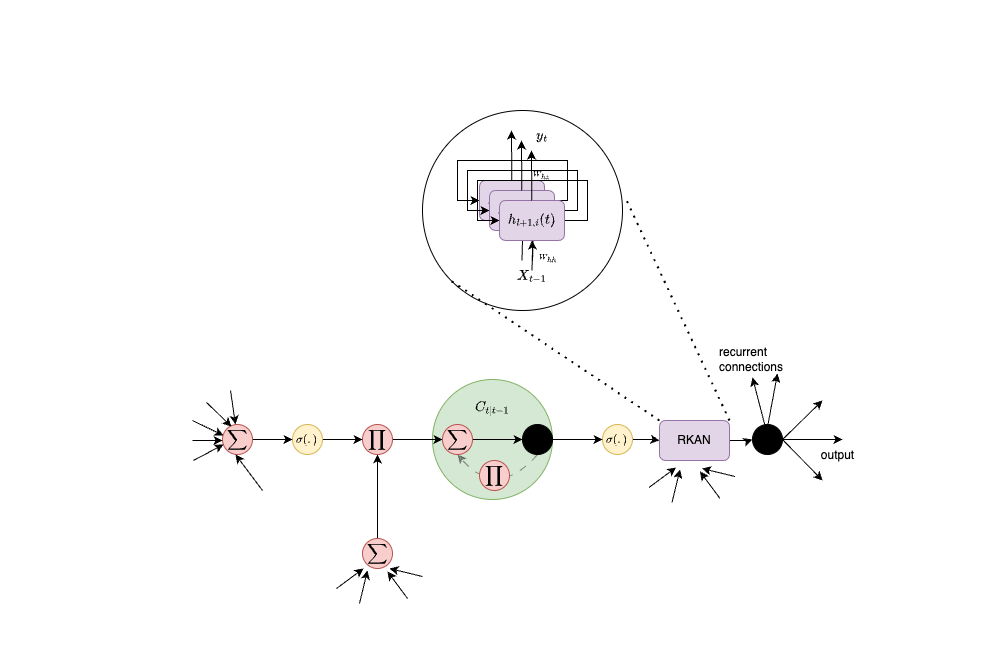
This is image/TKAN.drawio.png from remigenet/TKAN, a draw.io export, as it was before one commit. Source tidied: cells renumbered, new cells last; positions are measured from the earlier drawing's top-left corner, leaving out a move shared by most shapes.
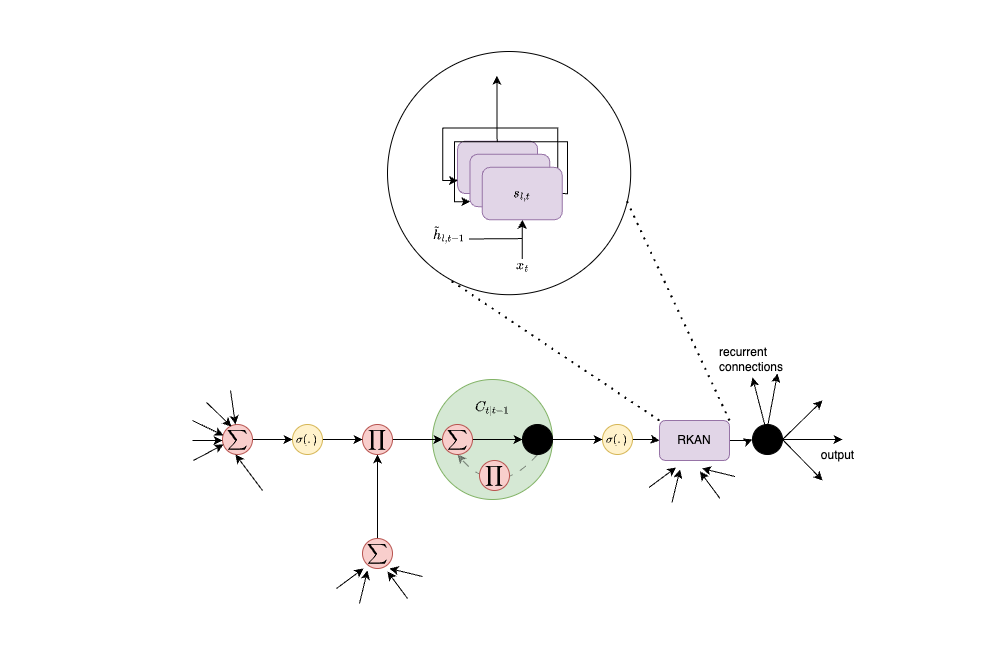
After the commit.

Diff of the diagram source:
```diff
@@ -225,151 +225,93 @@
     <mxCell id="55" value="RKAN" style="rounded=1;whiteSpace=wrap;html=1;fillColor=#e1d5e7;strokeColor=#9673a6;" parent="20" vertex="1">
       <mxGeometry x="467" y="300" width="70" height="40" as="geometry" />
     </mxCell>
-    <mxCell id="56" style="group;" parent="20" vertex="1">
-      <mxGeometry x="265" width="211.6" height="223.2" as="geometry" />
-    </mxCell>
-    <mxCell id="57" style="group;" parent="56" vertex="1">
-      <mxGeometry y="40" width="110" height="60" as="geometry" />
-    </mxCell>
-    <mxCell id="58" style="edgeStyle=orthogonalEdgeStyle;rounded=0;orthogonalLoop=1;jettySize=auto;html=1;exitX=1;exitY=0.5;exitDx=0;exitDy=0;entryX=0;entryY=0.5;entryDx=0;entryDy=0;" parent="57" edge="1" source="59" target="59">
-      <mxGeometry relative="1" as="geometry">
-        <Array as="points">
-          <mxPoint x="110" y="40" />
-          <mxPoint x="110" />
-          <mxPoint />
-          <mxPoint y="40" />
-        </Array>
-      </mxGeometry>
-    </mxCell>
-    <mxCell id="59" value="$$h_{l+1,i}(t)$$" style="rounded=1;whiteSpace=wrap;html=1;fillColor=#e1d5e7;strokeColor=#9673a6;" parent="57" vertex="1">
-      <mxGeometry x="22" y="20" width="65" height="40" as="geometry" />
-    </mxCell>
-    <mxCell id="60" style="edgeStyle=orthogonalEdgeStyle;rounded=0;orthogonalLoop=1;jettySize=auto;html=1;" parent="57" edge="1">
-      <mxGeometry relative="1" as="geometry">
-        <mxPoint x="54.1" y="20" as="sourcePoint" />
-        <mxPoint x="54" y="-30" as="targetPoint" />
-        <Array as="points">
-          <mxPoint x="54" />
-          <mxPoint x="54" />
-        </Array>
-      </mxGeometry>
-    </mxCell>
-    <mxCell id="61" style="edgeStyle=orthogonalEdgeStyle;rounded=0;jettySize=auto;html=1;" parent="56" edge="1" source="62" target="59">
-      <mxGeometry relative="1" as="geometry" />
-    </mxCell>
-    <mxCell id="62" value="$$X_{t-1}$$" style="text;html=1;align=center;verticalAlign=middle;whiteSpace=wrap;rounded=0;" parent="56" vertex="1">
-      <mxGeometry x="45" y="140" width="60" height="30" as="geometry" />
-    </mxCell>
-    <mxCell id="63" style="group;" parent="56" vertex="1">
-      <mxGeometry x="10" y="50" width="110" height="60" as="geometry" />
-    </mxCell>
-    <mxCell id="64" style="edgeStyle=orthogonalEdgeStyle;rounded=0;orthogonalLoop=1;jettySize=auto;html=1;exitX=1;exitY=0.5;exitDx=0;exitDy=0;entryX=0;entryY=0.5;entryDx=0;entryDy=0;" parent="63" edge="1" source="65" target="65">
-      <mxGeometry relative="1" as="geometry">
-        <Array as="points">
-          <mxPoint x="110" y="40" />
-          <mxPoint x="110" />
-          <mxPoint />
-          <mxPoint y="40" />
-        </Array>
-      </mxGeometry>
-    </mxCell>
-    <mxCell id="65" value="$$h_{l+1,i}(t)$$" style="rounded=1;whiteSpace=wrap;html=1;" parent="63" vertex="1">
-      <mxGeometry x="22" y="20" width="65" height="40" as="geometry" />
-    </mxCell>
-    <mxCell id="66" style="edgeStyle=orthogonalEdgeStyle;rounded=0;orthogonalLoop=1;jettySize=auto;html=1;" parent="63" edge="1">
-      <mxGeometry relative="1" as="geometry">
-        <mxPoint x="54.1" y="20" as="sourcePoint" />
-        <mxPoint x="54" y="-30" as="targetPoint" />
-        <Array as="points">
-          <mxPoint x="54" />
-          <mxPoint x="54" />
-        </Array>
-      </mxGeometry>
-    </mxCell>
-    <mxCell id="67" style="edgeStyle=orthogonalEdgeStyle;rounded=0;jettySize=auto;html=1;" parent="56" edge="1" target="65">
-      <mxGeometry relative="1" as="geometry">
-        <mxPoint x="64.5" y="140" as="sourcePoint" />
-      </mxGeometry>
-    </mxCell>
-    <mxCell id="68" style="group;" parent="56" vertex="1">
-      <mxGeometry x="10" y="50" width="201.6" height="173.2" as="geometry" />
-    </mxCell>
-    <mxCell id="69" style="edgeStyle=orthogonalEdgeStyle;rounded=0;orthogonalLoop=1;jettySize=auto;html=1;exitX=1;exitY=0.5;exitDx=0;exitDy=0;entryX=0;entryY=0.5;entryDx=0;entryDy=0;" parent="68" edge="1" source="70" target="70">
-      <mxGeometry relative="1" as="geometry">
-        <Array as="points">
-          <mxPoint x="110" y="40" />
-          <mxPoint x="110" />
-          <mxPoint />
-          <mxPoint y="40" />
-        </Array>
-      </mxGeometry>
-    </mxCell>
-    <mxCell id="70" value="$$h_{l+1,i}(t)$$" style="rounded=1;whiteSpace=wrap;html=1;fillColor=#e1d5e7;strokeColor=#9673a6;" parent="68" vertex="1">
-      <mxGeometry x="22" y="20" width="65" height="40" as="geometry" />
-    </mxCell>
-    <mxCell id="71" style="edgeStyle=orthogonalEdgeStyle;rounded=0;orthogonalLoop=1;jettySize=auto;html=1;" parent="68" edge="1">
-      <mxGeometry relative="1" as="geometry">
-        <mxPoint x="54.1" y="20" as="sourcePoint" />
-        <mxPoint x="54" y="-30" as="targetPoint" />
-        <Array as="points">
-          <mxPoint x="54" />
-          <mxPoint x="54" />
-        </Array>
-      </mxGeometry>
-    </mxCell>
-    <mxCell id="72" value="&lt;font style=&quot;font-size: 7px;&quot;&gt;$$W_{hh}$$&lt;/font&gt;" style="text;html=1;align=center;verticalAlign=middle;whiteSpace=wrap;rounded=0;" parent="68" vertex="1">
-      <mxGeometry x="51" y="71.6" width="60" height="30" as="geometry" />
-    </mxCell>
-    <mxCell id="73" value="&lt;font style=&quot;font-size: 7px;&quot;&gt;$$W_{hz}$$&lt;/font&gt;" style="text;html=1;align=center;verticalAlign=middle;whiteSpace=wrap;rounded=0;" parent="68" vertex="1">
-      <mxGeometry x="44" y="-11" width="60" height="30" as="geometry" />
-    </mxCell>
-    <mxCell id="74" style="edgeStyle=orthogonalEdgeStyle;rounded=0;jettySize=auto;html=1;" parent="56" edge="1" target="70">
-      <mxGeometry relative="1" as="geometry">
-        <mxPoint x="75" y="140" as="sourcePoint" />
-      </mxGeometry>
-    </mxCell>
-    <mxCell id="75" style="group;" parent="56" vertex="1">
-      <mxGeometry x="20" y="60" width="110" height="60" as="geometry" />
-    </mxCell>
-    <mxCell id="76" style="edgeStyle=orthogonalEdgeStyle;rounded=0;orthogonalLoop=1;jettySize=auto;html=1;exitX=1;exitY=0.5;exitDx=0;exitDy=0;entryX=0;entryY=0.5;entryDx=0;entryDy=0;" parent="75" edge="1" source="77" target="77">
-      <mxGeometry relative="1" as="geometry">
-        <Array as="points">
-          <mxPoint x="110" y="40" />
-          <mxPoint x="110" />
-          <mxPoint />
-          <mxPoint y="40" />
-        </Array>
-      </mxGeometry>
-    </mxCell>
-    <mxCell id="77" value="$$h_{l+1,i}(t)$$" style="rounded=1;whiteSpace=wrap;html=1;fillColor=#e1d5e7;strokeColor=#9673a6;" parent="75" vertex="1">
-      <mxGeometry x="22" y="20" width="65" height="40" as="geometry" />
-    </mxCell>
-    <mxCell id="78" style="edgeStyle=orthogonalEdgeStyle;rounded=0;orthogonalLoop=1;jettySize=auto;html=1;" parent="75" edge="1">
-      <mxGeometry relative="1" as="geometry">
-        <mxPoint x="54.1" y="20" as="sourcePoint" />
-        <mxPoint x="54" y="-30" as="targetPoint" />
-        <Array as="points">
-          <mxPoint x="54" />
-          <mxPoint x="54" />
-        </Array>
-      </mxGeometry>
-    </mxCell>
-    <mxCell id="79" style="edgeStyle=orthogonalEdgeStyle;rounded=0;jettySize=auto;html=1;" parent="56" edge="1" target="77">
-      <mxGeometry relative="1" as="geometry">
-        <mxPoint x="74.5" y="150" as="sourcePoint" />
-      </mxGeometry>
-    </mxCell>
-    <mxCell id="80" value="$$y_{t}$$" style="text;html=1;align=center;verticalAlign=middle;whiteSpace=wrap;rounded=0;" parent="56" vertex="1">
-      <mxGeometry x="55" width="60" height="30" as="geometry" />
-    </mxCell>
-    <mxCell id="81" style="ellipse;whiteSpace=wrap;html=1;fillColor=none;" parent="56" vertex="1">
-      <mxGeometry x="-35" y="-10" width="200" height="200" as="geometry" />
-    </mxCell>
-    <mxCell id="82" style="endArrow=none;dashed=1;html=1;dashPattern=1 3;strokeWidth=2;rounded=0;exitX=0;exitY=0;exitDx=0;exitDy=0;entryX=0;entryY=1;entryDx=0;entryDy=0;" parent="20" edge="1" source="55" target="81">
-      <mxGeometry relative="1" as="geometry" />
+    <mxCell id="82" style="endArrow=none;dashed=1;html=1;dashPattern=1 3;strokeWidth=2;rounded=0;exitX=0;exitY=0;exitDx=0;exitDy=0;entryX=0;entryY=1;entryDx=0;entryDy=0;" parent="20" edge="1" source="55">
+      <mxGeometry relative="1" as="geometry">
+        <mxPoint x="259.3" y="160.7" as="targetPoint" />
+      </mxGeometry>
     </mxCell>
-    <mxCell id="83" style="endArrow=none;dashed=1;html=1;dashPattern=1 3;strokeWidth=2;rounded=0;entryX=1.016;entryY=0.44;entryDx=0;entryDy=0;entryPerimeter=0;exitX=1;exitY=0;exitDx=0;exitDy=0;" parent="20" edge="1" source="55" target="81">
-      <mxGeometry relative="1" as="geometry" />
+    <mxCell id="83" style="endArrow=none;dashed=1;html=1;dashPattern=1 3;strokeWidth=2;rounded=0;entryX=1.016;entryY=0.44;entryDx=0;entryDy=0;entryPerimeter=0;exitX=1;exitY=0;exitDx=0;exitDy=0;" parent="20" edge="1" source="55">
+      <mxGeometry relative="1" as="geometry">
+        <mxPoint x="433.2" y="78" as="targetPoint" />
+      </mxGeometry>
     </mxCell>
+    <mxCell id="84" style="group;" parent="1" vertex="1">
+      <mxGeometry x="388" y="51" width="243.2" height="243.2" as="geometry" />
+    </mxCell>
+    <mxCell id="85" style="ellipse;whiteSpace=wrap;html=1;fillColor=none;" parent="84" vertex="1">
+      <mxGeometry width="243.2" height="243.2" as="geometry" />
+    </mxCell>
+    <mxCell id="86" style="group;" parent="84" vertex="1">
+      <mxGeometry x="43" y="63.5" width="135.3" height="78.6" as="geometry" />
+    </mxCell>
+    <mxCell id="87" style="rounded=1;whiteSpace=wrap;html=1;fillColor=#e1d5e7;strokeColor=#9673a6;" parent="86" vertex="1">
+      <mxGeometry x="27.1" y="26.2" width="80" height="52.4" as="geometry" />
+    </mxCell>
+    <mxCell id="88" style="edgeStyle=orthogonalEdgeStyle;rounded=0;orthogonalLoop=1;jettySize=auto;html=1;" parent="86" edge="1">
+      <mxGeometry relative="1" as="geometry">
+        <mxPoint x="66.6" y="26.2" as="sourcePoint" />
+        <mxPoint x="66.4" y="-39.3" as="targetPoint" />
+        <Array as="points">
+          <mxPoint x="66.4" />
+          <mxPoint x="66.4" />
+        </Array>
+      </mxGeometry>
+    </mxCell>
+    <mxCell id="89" value="$$x_{t}$$" style="text;html=1;align=center;verticalAlign=middle;whiteSpace=wrap;rounded=0;" parent="84" vertex="1">
+      <mxGeometry x="98.4" y="194.5" width="73.8" height="39.3" as="geometry" />
+    </mxCell>
+    <mxCell id="90" style="edgeStyle=orthogonalEdgeStyle;rounded=0;orthogonalLoop=1;jettySize=auto;html=1;exitX=1;exitY=0.5;exitDx=0;exitDy=0;" parent="84" edge="1">
+      <mxGeometry relative="1" as="geometry">
+        <mxPoint x="162.4" y="129" as="sourcePoint" />
+        <mxPoint x="70.3" y="128.9" as="targetPoint" />
+        <Array as="points">
+          <mxPoint x="170.4" y="128.6" />
+          <mxPoint x="170.4" y="76.6" />
+          <mxPoint x="55.3" y="76.6" />
+          <mxPoint x="55.3" y="128.6" />
+        </Array>
+      </mxGeometry>
+    </mxCell>
+    <mxCell id="91" value="&lt;span style=&quot;text-wrap: wrap;&quot;&gt;$$\tilde{h}_{l,t-1}$$&lt;/span&gt;" style="text;html=1;align=center;verticalAlign=middle;strokeColor=none;fillColor=none;" parent="84" vertex="1">
+      <mxGeometry x="0.8" y="168.3" width="120" height="30" as="geometry" />
+    </mxCell>
+    <mxCell id="92" style="edgeStyle=orthogonalEdgeStyle;rounded=0;orthogonalLoop=1;jettySize=auto;html=1;exitX=1;exitY=0.5;exitDx=0;exitDy=0;entryX=0.017;entryY=0.904;entryDx=0;entryDy=0;entryPerimeter=0;" parent="84" edge="1">
+      <mxGeometry relative="1" as="geometry">
+        <mxPoint x="174.7" y="142.1" as="sourcePoint" />
+        <mxPoint x="82.8" y="150.1" as="targetPoint" />
+        <Array as="points">
+          <mxPoint x="180" y="142.1" />
+          <mxPoint x="180" y="90.1" />
+          <mxPoint x="67" y="90.1" />
+          <mxPoint x="67" y="150.1" />
+        </Array>
+      </mxGeometry>
+    </mxCell>
+    <mxCell id="93" style="edgeStyle=orthogonalEdgeStyle;rounded=0;orthogonalLoop=1;jettySize=auto;html=1;exitX=0.443;exitY=0.016;exitDx=0;exitDy=0;exitPerimeter=0;entryX=0.5;entryY=1;entryDx=0;entryDy=0;" parent="84" edge="1">
+      <mxGeometry relative="1" as="geometry">
+        <mxPoint x="81.5" y="187.4" as="sourcePoint" />
+        <mxPoint x="134.7" y="168.3" as="targetPoint" />
+        <Array as="points">
+          <mxPoint x="87" y="187.1" />
+          <mxPoint x="135" y="187.1" />
+        </Array>
+      </mxGeometry>
+    </mxCell>
+    <mxCell id="94" style="edgeStyle=orthogonalEdgeStyle;rounded=0;orthogonalLoop=1;jettySize=auto;html=1;" parent="84" edge="1">
+      <mxGeometry relative="1" as="geometry">
+        <mxPoint x="134.7" y="207.6" as="sourcePoint" />
+        <mxPoint x="134.7" y="168.3" as="targetPoint" />
+        <Array as="points">
+          <mxPoint x="135" y="190.1" />
+          <mxPoint x="135" y="190.1" />
+        </Array>
+      </mxGeometry>
+    </mxCell>
+    <mxCell id="95" style="rounded=1;whiteSpace=wrap;html=1;fillColor=#e1d5e7;strokeColor=#9673a6;" parent="84" vertex="1">
+      <mxGeometry x="82.4" y="102.8" width="80" height="52.4" as="geometry" />
+    </mxCell>
+    <mxCell id="96" value="$$&amp;nbsp;s_{l,t}$$" style="rounded=1;whiteSpace=wrap;html=1;fillColor=#e1d5e7;strokeColor=#9673a6;" parent="84" vertex="1">
+      <mxGeometry x="94.7" y="115.9" width="80" height="52.4" as="geometry" />
+    </mxCell>
   </root>
 </mxGraphModel>
```
